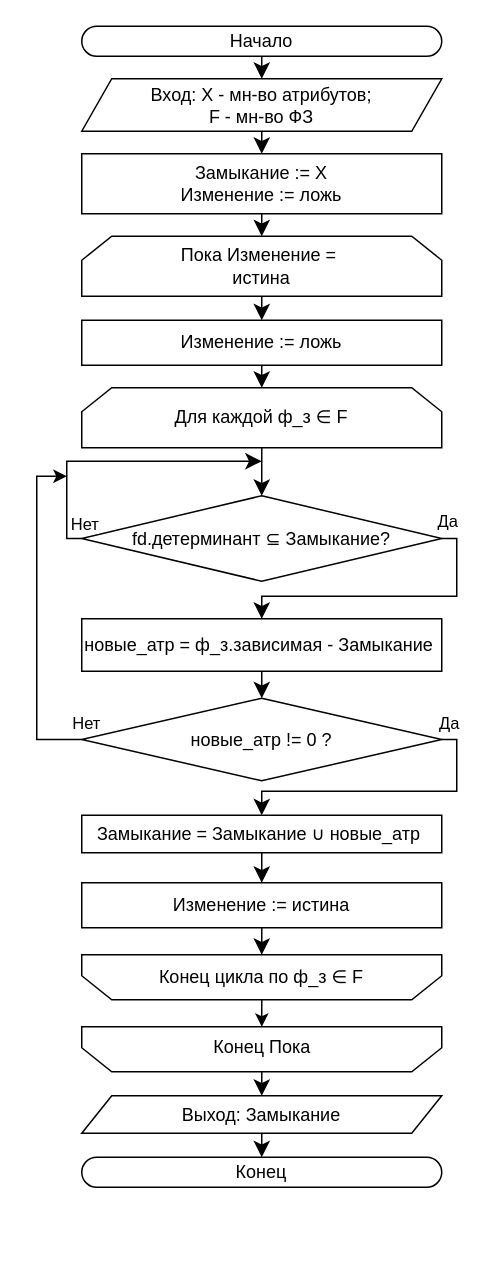
The draw.io diagram Замыкание1.drawio in sampletext117/auto_normalization, before the edit. Source tidied: cells renumbered, new cells numbered last; positions are measured from the earlier drawing's top-left corner, leaving out a move shared by most shapes. Both pictures are drawn from the tidied source at 150%, with x=0, y=0 at pixel (36, 26).
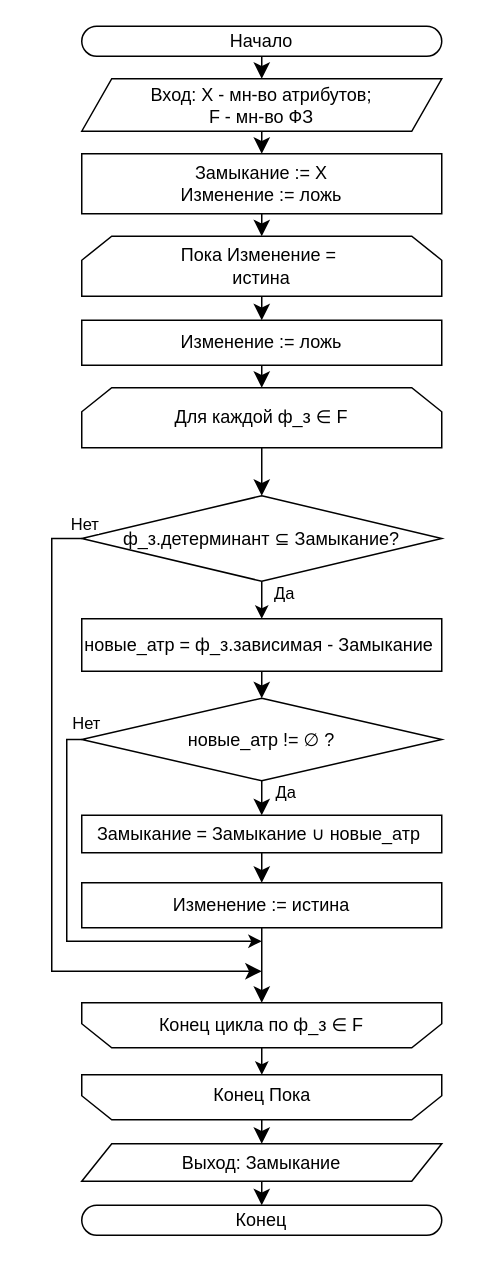
After the change.

Unchanged cells that the change refers to:
```xml
<mxCell id="18" value="новые_атр = ф_з.зависимая - Замыкание&amp;nbsp;" style="rounded=0;whiteSpace=wrap;html=1;" parent="1" vertex="1">
  <mxGeometry x="30" y="395" width="240" height="35" as="geometry" />
</mxCell>
<mxCell id="23" value="Замыкание = Замыкание&amp;nbsp;∪ новые_атр&amp;nbsp;" style="rounded=0;whiteSpace=wrap;html=1;" parent="1" vertex="1">
  <mxGeometry x="30" y="526" width="240" height="25" as="geometry" />
</mxCell>
```

Diff of the diagram source:
```diff
@@
+    <mxCell id="15" style="edgeStyle=orthogonalEdgeStyle;rounded=0;jettySize=auto;html=1;fontSize=12;startSize=8;endSize=8;exitX=0;exitY=0.5;exitDx=0;exitDy=0;" parent="1" edge="1" source="16">
+      <mxGeometry relative="1" as="geometry">
+        <mxPoint x="150" y="630" as="targetPoint" />
+        <Array as="points">
+          <mxPoint x="10" y="342" />
+          <mxPoint x="10" y="630" />
+        </Array>
+      </mxGeometry>
+    </mxCell>
-    <mxCell id="13" style="edgeStyle=orthogonalEdgeStyle;rounded=0;jettySize=auto;html=1;fontSize=12;startSize=8;endSize=8;entryX=0.5;entryY=0;entryDx=0;entryDy=0;exitX=1;exitY=0.5;exitDx=0;exitDy=0;" parent="1" edge="1" source="16" target="18">
-      <mxGeometry relative="1" as="geometry">
-        <Array as="points">
-          <mxPoint x="280" y="342" />
-          <mxPoint x="280" y="380" />
-          <mxPoint x="150" y="380" />
-        </Array>
-      </mxGeometry>
+    <mxCell id="13" style="edgeStyle=orthogonalEdgeStyle;rounded=0;jettySize=auto;html=1;entryX=0.5;entryY=0;entryDx=0;entryDy=0;" parent="1" edge="1" source="16" target="18">
+      <mxGeometry relative="1" as="geometry" />
     </mxCell>
-    <mxCell id="14" value="Да" style="edgeLabel;html=1;align=center;verticalAlign=middle;" parent="13" vertex="1">
-      <mxGeometry x="-0.52" relative="1" as="geometry">
-        <mxPoint x="-7" y="-48" as="offset" />
-      </mxGeometry>
-    </mxCell>
-    <mxCell id="15" style="edgeStyle=orthogonalEdgeStyle;rounded=0;jettySize=auto;html=1;fontSize=12;startSize=8;endSize=8;exitX=0;exitY=0.5;exitDx=0;exitDy=0;" parent="1" edge="1" source="16">
-      <mxGeometry relative="1" as="geometry">
-        <mxPoint x="150" y="290" as="targetPoint" />
-        <Array as="points">
-          <mxPoint x="20" y="342" />
-          <mxPoint x="20" y="290" />
-        </Array>
-      </mxGeometry>
-    </mxCell>
-    <mxCell id="16" value="fd.детерминант ⊆ Замыкание?" style="rhombus;whiteSpace=wrap;html=1;" parent="1" vertex="1">
+    <mxCell id="16" value="ф_з.детерминант ⊆ Замыкание?" style="rhombus;whiteSpace=wrap;html=1;" parent="1" vertex="1">
       <mxGeometry x="30" y="313" width="240" height="57" as="geometry" />
     </mxCell>
@@
-    <mxCell id="19" style="edgeStyle=orthogonalEdgeStyle;rounded=0;jettySize=auto;html=1;fontSize=12;startSize=8;endSize=8;entryX=0.5;entryY=0;entryDx=0;entryDy=0;exitX=1;exitY=0.5;exitDx=0;exitDy=0;" parent="1" edge="1" source="21" target="23">
+    <mxCell id="19" style="edgeStyle=orthogonalEdgeStyle;rounded=0;jettySize=auto;html=1;fontSize=12;startSize=8;endSize=8;entryX=0.5;entryY=0;entryDx=0;entryDy=0;exitX=0.5;exitY=1;exitDx=0;exitDy=0;" parent="1" edge="1" source="21" target="23">
       <mxGeometry relative="1" as="geometry">
         <Array as="points">
-          <mxPoint x="280" y="475" />
-          <mxPoint x="280" y="510" />
-          <mxPoint x="150" y="510" />
+          <mxPoint x="150" y="500" />
+          <mxPoint x="150" y="500" />
         </Array>
       </mxGeometry>
     </mxCell>
     <mxCell id="20" style="edgeStyle=orthogonalEdgeStyle;rounded=0;jettySize=auto;html=1;exitX=0;exitY=0.5;exitDx=0;exitDy=0;" parent="1" edge="1" source="21">
       <mxGeometry relative="1" as="geometry">
-        <mxPoint x="20" y="300" as="targetPoint" />
+        <mxPoint x="150" y="610" as="targetPoint" />
         <Array as="points">
-          <mxPoint y="476" />
-          <mxPoint y="300" />
+          <mxPoint x="20" y="476" />
+          <mxPoint x="20" y="610" />
         </Array>
       </mxGeometry>
     </mxCell>
-    <mxCell id="21" value="новые_атр != 0 ?" style="rhombus;whiteSpace=wrap;html=1;" parent="1" vertex="1">
+    <mxCell id="21" value="новые_атр != ∅&amp;nbsp;?" style="rhombus;whiteSpace=wrap;html=1;" parent="1" vertex="1">
       <mxGeometry x="30" y="448" width="240" height="55" as="geometry" />
     </mxCell>
@@
     <mxCell id="26" style="group;" parent="1" vertex="1">
-      <mxGeometry x="30" y="661" width="240" height="36" as="geometry" />
+      <mxGeometry x="30" y="693" width="240" height="36" as="geometry" />
     </mxCell>
@@
     <mxCell id="30" value="Выход: Замыкание" style="shape=parallelogram;perimeter=parallelogramPerimeter;whiteSpace=wrap;html=1;fixedSize=1;" parent="1" vertex="1">
-      <mxGeometry x="30" y="713" width="240" height="25" as="geometry" />
+      <mxGeometry x="30" y="745" width="240" height="25" as="geometry" />
     </mxCell>
@@
     <mxCell id="34" value="Да" style="edgeLabel;html=1;align=center;verticalAlign=middle;" parent="1" vertex="1">
-      <mxGeometry x="280" y="465" as="geometry">
-        <mxPoint x="-6" y="-1" as="offset" />
+      <mxGeometry x="169" y="510" as="geometry">
+        <mxPoint x="-4" as="offset" />
       </mxGeometry>
     </mxCell>
@@
     <mxCell id="36" style="group;" parent="1" vertex="1">
-      <mxGeometry x="30" y="619" width="240" height="30" as="geometry" />
+      <mxGeometry x="30" y="651" width="240" height="30" as="geometry" />
     </mxCell>
@@
     <mxCell id="40" value="Конец" style="rounded=1;whiteSpace=wrap;html=1;arcSize=100;absoluteArcSize=1;" parent="1" vertex="1">
-      <mxGeometry x="30" y="754" width="240" height="20" as="geometry" />
+      <mxGeometry x="30" y="786" width="240" height="20" as="geometry" />
     </mxCell>
+    <mxCell id="14" value="Да" style="edgeLabel;html=1;align=center;verticalAlign=middle;" parent="1" vertex="1">
+      <mxGeometry x="164" y="377" as="geometry" />
+    </mxCell>
```
